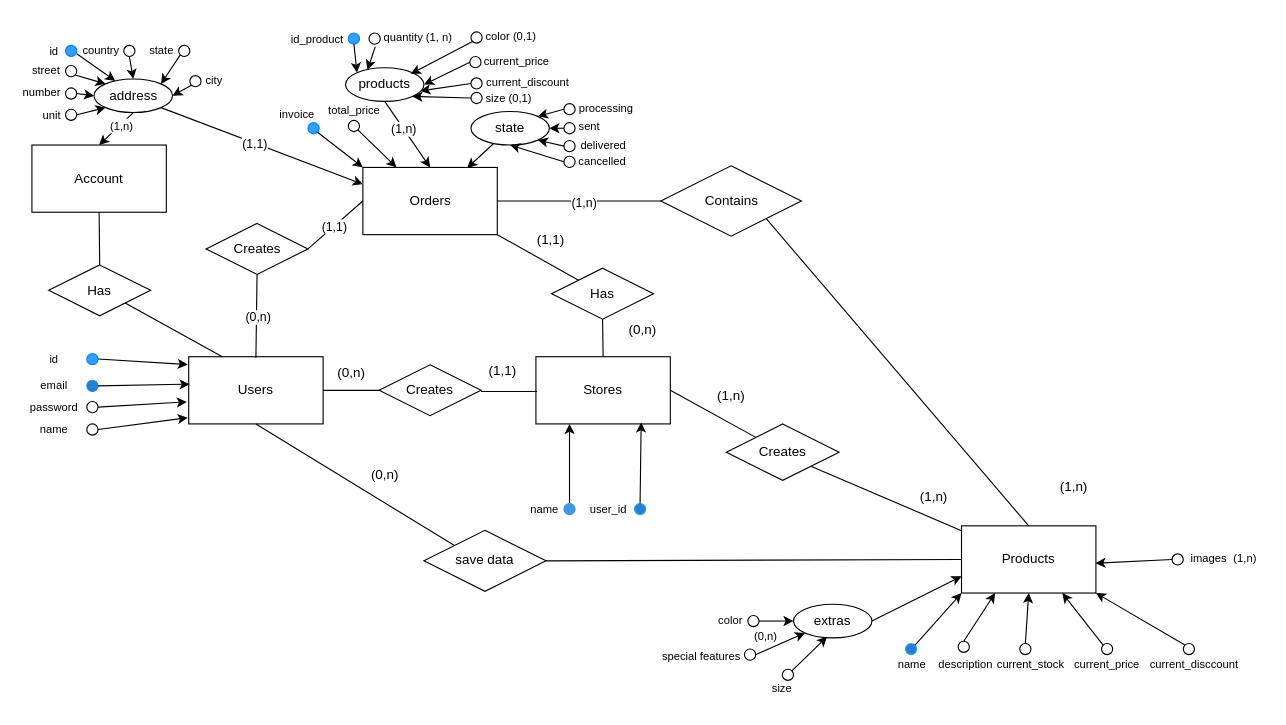
Earlier version of the draw.io diagram Diseño coonceptual Ecommerce.drawio (calamoazul/diagramas-base-datos). Source tidied: cells renumbered, new cells numbered last; positions are measured from the earlier drawing's top-left corner, leaving out a move shared by most shapes. Both pictures are drawn from the tidied source at 112%, with x=0, y=0 at pixel (19, 30).
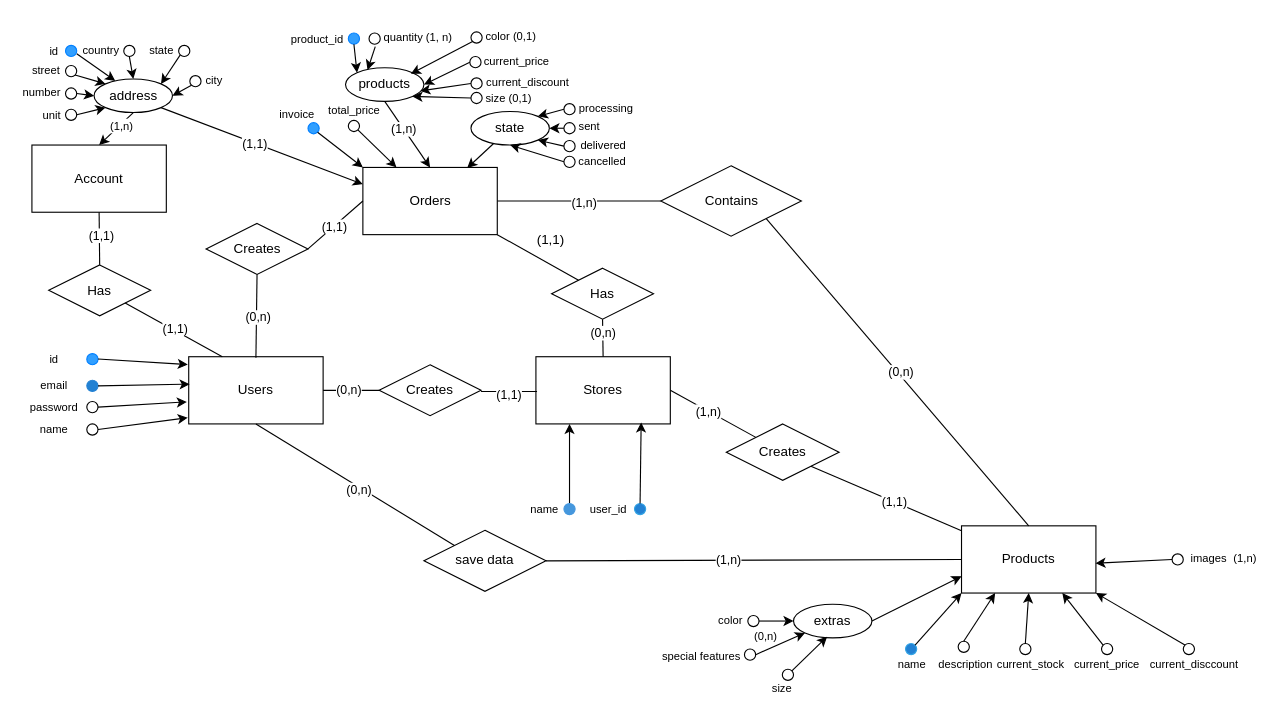
The same diagram, later.

Unchanged cells that the change refers to:
```xml
<mxCell id="15" style="endArrow=none;html=1;rounded=0;exitX=1;exitY=0.5;exitDx=0;exitDy=0;" parent="1" edge="1" source="2">
  <mxGeometry relative="1" as="geometry">
    <mxPoint x="321" y="321" as="targetPoint" />
  </mxGeometry>
</mxCell>
<mxCell id="16" style="endArrow=none;html=1;rounded=0;exitX=1;exitY=0.5;exitDx=0;exitDy=0;" parent="1" edge="1">
  <mxGeometry relative="1" as="geometry">
    <mxPoint x="412" y="322" as="sourcePoint" />
    <mxPoint x="462" y="322" as="targetPoint" />
  </mxGeometry>
</mxCell>
<mxCell id="23" style="endArrow=none;html=1;rounded=0;" parent="1" edge="1" target="22">
  <mxGeometry relative="1" as="geometry">
    <mxPoint x="581" y="321" as="sourcePoint" />
  </mxGeometry>
</mxCell>
<mxCell id="24" style="endArrow=none;html=1;rounded=0;exitX=1;exitY=1;exitDx=0;exitDy=0;" parent="1" edge="1" source="22" target="13">
  <mxGeometry relative="1" as="geometry" />
</mxCell>
<mxCell id="31" style="endArrow=none;html=1;rounded=0;entryX=0.5;entryY=1;entryDx=0;entryDy=0;exitX=0;exitY=0;exitDx=0;exitDy=0;" parent="1" edge="1" source="30" target="2">
  <mxGeometry relative="1" as="geometry" />
</mxCell>
<mxCell id="32" style="endArrow=none;html=1;rounded=0;entryX=0;entryY=0.5;entryDx=0;entryDy=0;exitX=1;exitY=0.5;exitDx=0;exitDy=0;" parent="1" edge="1" source="30" target="13">
  <mxGeometry relative="1" as="geometry" />
</mxCell>
<mxCell id="37" style="endArrow=none;html=1;rounded=0;entryX=0.5;entryY=0;entryDx=0;entryDy=0;exitX=1;exitY=1;exitDx=0;exitDy=0;" parent="1" edge="1" source="34" target="13">
  <mxGeometry relative="1" as="geometry" />
</mxCell>
<mxCell id="48" style="endArrow=none;html=1;rounded=0;entryX=0.5;entryY=1;entryDx=0;entryDy=0;exitX=0.5;exitY=0;exitDx=0;exitDy=0;" parent="1" edge="1" source="12" target="46">
  <mxGeometry relative="1" as="geometry" />
</mxCell>
<mxCell id="116" style="endArrow=none;html=1;rounded=0;exitX=0.25;exitY=0;exitDx=0;exitDy=0;entryX=1;entryY=1;entryDx=0;entryDy=0;" parent="1" edge="1" source="2" target="115">
  <mxGeometry relative="1" as="geometry" />
</mxCell>
<mxCell id="117" style="endArrow=none;html=1;rounded=0;entryX=0.5;entryY=1;entryDx=0;entryDy=0;exitX=0.5;exitY=0;exitDx=0;exitDy=0;" parent="1" edge="1" source="115" target="114">
  <mxGeometry relative="1" as="geometry" />
</mxCell>
```

Change to the diagram source:
```diff
@@
+    <mxCell id="155" value="(0,n)" style="edgeLabel;html=1;align=center;verticalAlign=middle;" parent="15" vertex="1">
+      <mxGeometry x="-0.13" y="1" relative="1" as="geometry" />
+    </mxCell>
@@
-    <mxCell id="17" value="(0,n)" style="text;html=1;align=center;verticalAlign=middle;strokeColor=none;fillColor=none;" parent="1" vertex="1">
-      <mxGeometry x="271" y="291" width="50" height="30" as="geometry" />
-    </mxCell>
+    <mxCell id="156" value="(1,1)" style="edgeLabel;html=1;align=center;verticalAlign=middle;" parent="16" vertex="1">
+      <mxGeometry x="-0.04" y="-2" relative="1" as="geometry" />
+    </mxCell>
@@
-    <mxCell id="21" value="(1,1)" style="text;html=1;align=center;verticalAlign=middle;strokeColor=none;fillColor=none;" parent="1" vertex="1">
-      <mxGeometry x="406" y="289" width="50" height="30" as="geometry" />
-    </mxCell>
@@
+    <mxCell id="157" value="(1,n)" style="edgeLabel;html=1;align=center;verticalAlign=middle;" parent="23" vertex="1">
+      <mxGeometry x="-0.12" relative="1" as="geometry" />
+    </mxCell>
@@
+    <mxCell id="158" value="(1,1)" style="edgeLabel;html=1;align=center;verticalAlign=middle;" parent="24" vertex="1">
+      <mxGeometry x="0.1" relative="1" as="geometry" />
+    </mxCell>
@@
+    <mxCell id="159" value="(0,n)" style="edgeLabel;html=1;align=center;verticalAlign=middle;" parent="31" vertex="1">
+      <mxGeometry x="-0.05" y="2" relative="1" as="geometry" />
+    </mxCell>
@@
+    <mxCell id="160" value="(1,n)" style="edgeLabel;html=1;align=center;verticalAlign=middle;" parent="32" vertex="1">
+      <mxGeometry x="-0.12" relative="1" as="geometry" />
+    </mxCell>
@@
-    <mxCell id="38" value="(1,n)" style="text;html=1;align=center;verticalAlign=middle;strokeColor=none;fillColor=none;" parent="1" vertex="1">
-      <mxGeometry x="610.2" y="311" width="50" height="30" as="geometry" />
-    </mxCell>
-    <mxCell id="39" value="(1,n)" style="text;html=1;align=center;verticalAlign=middle;strokeColor=none;fillColor=none;" parent="1" vertex="1">
-      <mxGeometry x="791" y="401.4" width="50" height="30" as="geometry" />
-    </mxCell>
+    <mxCell id="161" value="(0,n)" style="edgeLabel;html=1;align=center;verticalAlign=middle;" parent="37" vertex="1">
+      <mxGeometry x="0.01" y="2" relative="1" as="geometry" />
+    </mxCell>
@@
-    <mxCell id="49" value="(0,n)" style="text;html=1;align=center;verticalAlign=middle;strokeColor=none;fillColor=none;" parent="1" vertex="1">
-      <mxGeometry x="531" y="252" width="50" height="30" as="geometry" />
-    </mxCell>
+    <mxCell id="162" value="(0,n)" style="edgeLabel;html=1;align=center;verticalAlign=middle;" parent="48" vertex="1">
+      <mxGeometry x="0.31" relative="1" as="geometry" />
+    </mxCell>
@@
-    <mxCell id="61" value="(0,n)" style="text;html=1;align=center;verticalAlign=middle;strokeColor=none;fillColor=none;" parent="1" vertex="1">
-      <mxGeometry x="301" y="382" width="50" height="30" as="geometry" />
-    </mxCell>
@@
-    <mxCell id="83" value="(1,n)" style="text;html=1;align=center;verticalAlign=middle;strokeColor=none;fillColor=none;" parent="1" vertex="1">
-      <mxGeometry x="916" y="392" width="50" height="30" as="geometry" />
-    </mxCell>
@@
-    <mxCell id="94" value="&lt;p style=&quot;line-height: 110%; font-size: 10px;&quot;&gt;id_product&lt;/p&gt;" style="text;html=1;align=center;verticalAlign=middle;whiteSpace=wrap;rounded=0;" parent="1" vertex="1">
+    <mxCell id="94" value="&lt;p style=&quot;line-height: 110%; font-size: 10px;&quot;&gt;product_id&lt;/p&gt;" style="text;html=1;align=center;verticalAlign=middle;whiteSpace=wrap;rounded=0;" parent="1" vertex="1">
       <mxGeometry x="246" y="2" width="40" height="10" as="geometry" />
     </mxCell>
@@
+    <mxCell id="163" value="(1,1)" style="edgeLabel;html=1;align=center;verticalAlign=middle;" parent="116" vertex="1">
+      <mxGeometry x="0.01" y="-2" relative="1" as="geometry" />
+    </mxCell>
@@
+    <mxCell id="164" value="(1,1)" style="edgeLabel;html=1;align=center;verticalAlign=middle;" parent="117" vertex="1">
+      <mxGeometry x="0.1" y="-1" relative="1" as="geometry" />
+    </mxCell>
```
